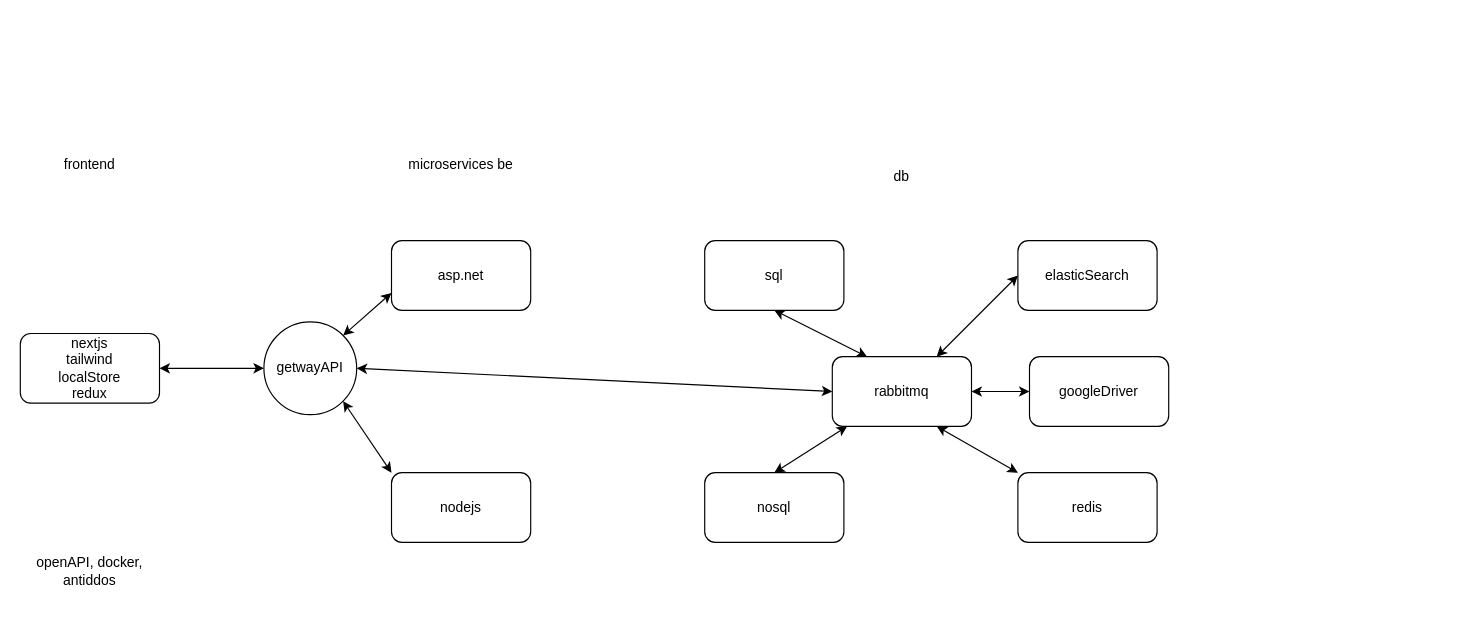
HuyNguyen3003/basicAppChat keeps this draw.io diagram as basicAppChat.drawio. Above is the earlier version. Source tidied: cells renumbered, new cells numbered last; positions are measured from the earlier drawing's top-left corner, leaving out a move shared by most shapes. Both pictures are drawn from the tidied source at 116%, with x=0, y=0 at pixel (20, 136).
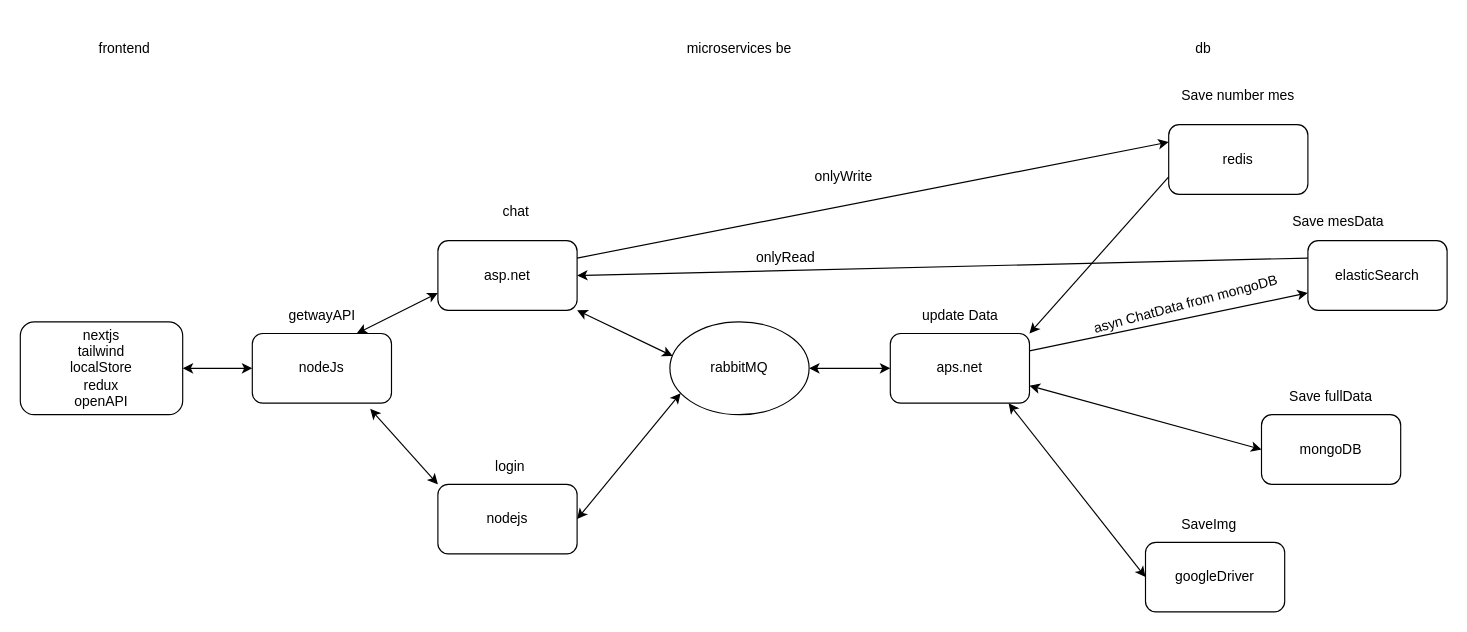
The same diagram, later.

Change to the diagram source:
```diff
@@
-    <mxCell id="2" value="nextjs&lt;br&gt;tailwind&lt;br&gt;localStore&lt;br&gt;redux" style="rounded=1;whiteSpace=wrap;html=1;" parent="1" vertex="1">
-      <mxGeometry y="170" width="120" height="60" as="geometry" />
+    <mxCell id="2" value="nextjs&lt;br&gt;tailwind&lt;br&gt;localStore&lt;br&gt;redux&lt;br&gt;openAPI" style="rounded=1;whiteSpace=wrap;html=1;" parent="1" vertex="1">
+      <mxGeometry y="160" width="140" height="80" as="geometry" />
     </mxCell>
     <mxCell id="3" value="frontend" style="text;html=1;strokeColor=none;fillColor=none;align=center;verticalAlign=middle;whiteSpace=wrap;rounded=0;" parent="1" vertex="1">
-      <mxGeometry x="30" y="10" width="60" height="30" as="geometry" />
+      <mxGeometry x="60" y="-90" width="60" height="30" as="geometry" />
     </mxCell>
     <mxCell id="4" value="microservices be" style="text;html=1;strokeColor=none;fillColor=none;align=center;verticalAlign=middle;whiteSpace=wrap;rounded=0;" parent="1" vertex="1">
-      <mxGeometry x="330" width="100" height="50" as="geometry" />
+      <mxGeometry x="570" y="-100" width="100" height="50" as="geometry" />
     </mxCell>
     <mxCell id="5" value="asp.net" style="rounded=1;whiteSpace=wrap;html=1;" parent="1" vertex="1">
-      <mxGeometry x="320" y="90" width="120" height="60" as="geometry" />
+      <mxGeometry x="360" y="90" width="120" height="60" as="geometry" />
     </mxCell>
     <mxCell id="6" value="db" style="text;html=1;strokeColor=none;fillColor=none;align=center;verticalAlign=middle;whiteSpace=wrap;rounded=0;" parent="1" vertex="1">
-      <mxGeometry x="730" y="20" width="60" height="30" as="geometry" />
+      <mxGeometry x="990" y="-90" width="60" height="30" as="geometry" />
     </mxCell>
-    <mxCell id="7" value="sql" style="rounded=1;whiteSpace=wrap;html=1;" parent="1" vertex="1">
-      <mxGeometry x="590" y="90" width="120" height="60" as="geometry" />
-    </mxCell>
     <mxCell id="8" value="nodejs&lt;br&gt;" style="rounded=1;whiteSpace=wrap;html=1;" parent="1" vertex="1">
-      <mxGeometry x="320" y="290" width="120" height="60" as="geometry" />
+      <mxGeometry x="360" y="300" width="120" height="60" as="geometry" />
     </mxCell>
-    <mxCell id="9" value="nosql" style="rounded=1;whiteSpace=wrap;html=1;" parent="1" vertex="1">
-      <mxGeometry x="590" y="290" width="120" height="60" as="geometry" />
+    <mxCell id="9" value="mongoDB" style="rounded=1;whiteSpace=wrap;html=1;" parent="1" vertex="1">
+      <mxGeometry x="1070" y="240" width="120" height="60" as="geometry" />
     </mxCell>
     <mxCell id="10" value="redis" style="rounded=1;whiteSpace=wrap;html=1;" parent="1" vertex="1">
-      <mxGeometry x="860" y="290" width="120" height="60" as="geometry" />
+      <mxGeometry x="990" y="-10" width="120" height="60" as="geometry" />
     </mxCell>
     <mxCell id="11" value="elasticSearch" style="rounded=1;whiteSpace=wrap;html=1;" parent="1" vertex="1">
-      <mxGeometry x="860" y="90" width="120" height="60" as="geometry" />
+      <mxGeometry x="1110" y="90" width="120" height="60" as="geometry" />
     </mxCell>
-    <mxCell id="12" value="rabbitmq" style="rounded=1;whiteSpace=wrap;html=1;" parent="1" vertex="1">
-      <mxGeometry x="700" y="190" width="120" height="60" as="geometry" />
-    </mxCell>
     <mxCell id="13" value="googleDriver" style="rounded=1;whiteSpace=wrap;html=1;" parent="1" vertex="1">
-      <mxGeometry x="870" y="190" width="120" height="60" as="geometry" />
+      <mxGeometry x="970" y="350" width="120" height="60" as="geometry" />
     </mxCell>
-    <mxCell id="14" value="getwayAPI" style="ellipse;whiteSpace=wrap;html=1;" parent="1" vertex="1">
-      <mxGeometry x="210" y="160" width="80" height="80" as="geometry" />
-    </mxCell>
-    <mxCell id="15" value="openAPI, docker, antiddos" style="text;html=1;strokeColor=none;fillColor=none;align=center;verticalAlign=middle;whiteSpace=wrap;rounded=0;" parent="1" vertex="1">
-      <mxGeometry x="10" y="350" width="100" height="50" as="geometry" />
-    </mxCell>
-    <mxCell id="16" style="endArrow=classic;startArrow=classic;html=1;rounded=0;entryX=0.5;entryY=1;entryDx=0;entryDy=0;exitX=0.25;exitY=0;exitDx=0;exitDy=0;" parent="1" edge="1" source="12" target="7">
-      <mxGeometry relative="1" as="geometry" />
-    </mxCell>
-    <mxCell id="17" style="endArrow=classic;startArrow=classic;html=1;rounded=0;entryX=0.5;entryY=0;entryDx=0;entryDy=0;" parent="1" edge="1" source="12" target="9">
-      <mxGeometry relative="1" as="geometry" />
-    </mxCell>
-    <mxCell id="18" style="endArrow=classic;startArrow=classic;html=1;rounded=0;entryX=0;entryY=0.5;entryDx=0;entryDy=0;exitX=0.75;exitY=0;exitDx=0;exitDy=0;" parent="1" edge="1" source="12" target="11">
-      <mxGeometry relative="1" as="geometry" />
-    </mxCell>
-    <mxCell id="19" style="endArrow=classic;startArrow=classic;html=1;rounded=0;entryX=0;entryY=0.5;entryDx=0;entryDy=0;exitX=1;exitY=0.5;exitDx=0;exitDy=0;" parent="1" edge="1" source="12" target="13">
+    <mxCell id="19" style="endArrow=classic;startArrow=classic;html=1;rounded=0;entryX=0;entryY=0.5;entryDx=0;entryDy=0;exitX=0.85;exitY=1.003;exitDx=0;exitDy=0;exitPerimeter=0;" parent="1" edge="1" source="30" target="13">
       <mxGeometry relative="1" as="geometry" />
     </mxCell>
-    <mxCell id="20" style="endArrow=classic;startArrow=classic;html=1;rounded=0;entryX=0;entryY=0;entryDx=0;entryDy=0;exitX=0.75;exitY=1;exitDx=0;exitDy=0;" parent="1" edge="1" source="12" target="10">
-      <mxGeometry relative="1" as="geometry" />
-    </mxCell>
-    <mxCell id="21" style="endArrow=classic;startArrow=classic;html=1;rounded=0;entryX=0;entryY=0.5;entryDx=0;entryDy=0;exitX=1;exitY=0.5;exitDx=0;exitDy=0;" parent="1" edge="1" source="2" target="14">
+    <mxCell id="21" style="endArrow=classic;startArrow=classic;html=1;rounded=0;entryX=0;entryY=0.5;entryDx=0;entryDy=0;exitX=1;exitY=0.5;exitDx=0;exitDy=0;" parent="1" edge="1" source="2" target="44">
       <mxGeometry relative="1" as="geometry" />
     </mxCell>
-    <mxCell id="22" style="endArrow=classic;startArrow=classic;html=1;rounded=0;exitX=1;exitY=0;exitDx=0;exitDy=0;entryX=0;entryY=0.75;entryDx=0;entryDy=0;" parent="1" edge="1" source="14" target="5">
+    <mxCell id="22" style="endArrow=classic;startArrow=classic;html=1;rounded=0;exitX=0.75;exitY=0;exitDx=0;exitDy=0;entryX=0;entryY=0.75;entryDx=0;entryDy=0;" parent="1" edge="1" source="44" target="5">
       <mxGeometry relative="1" as="geometry" />
     </mxCell>
-    <mxCell id="23" style="endArrow=classic;startArrow=classic;html=1;rounded=0;exitX=1;exitY=1;exitDx=0;exitDy=0;entryX=0;entryY=0;entryDx=0;entryDy=0;" parent="1" edge="1" source="14" target="8">
+    <mxCell id="23" style="endArrow=classic;startArrow=classic;html=1;rounded=0;exitX=0.847;exitY=1.083;exitDx=0;exitDy=0;entryX=0;entryY=0;entryDx=0;entryDy=0;exitPerimeter=0;" parent="1" edge="1" source="44" target="8">
       <mxGeometry relative="1" as="geometry" />
     </mxCell>
-    <mxCell id="24" style="endArrow=classic;startArrow=classic;html=1;rounded=0;exitX=1;exitY=0.5;exitDx=0;exitDy=0;entryX=0;entryY=0.5;entryDx=0;entryDy=0;" parent="1" edge="1" source="14" target="12">
+    <mxCell id="24" style="endArrow=classic;startArrow=classic;html=1;rounded=0;exitX=1;exitY=1;exitDx=0;exitDy=0;entryX=0.02;entryY=0.368;entryDx=0;entryDy=0;entryPerimeter=0;" parent="1" edge="1" source="5" target="29">
       <mxGeometry relative="1" as="geometry" />
     </mxCell>
+    <mxCell id="25" style="endArrow=classic;startArrow=classic;html=1;rounded=0;exitX=1;exitY=0.5;exitDx=0;exitDy=0;entryX=0.077;entryY=0.768;entryDx=0;entryDy=0;entryPerimeter=0;" parent="1" edge="1" source="8" target="29">
+      <mxGeometry relative="1" as="geometry" />
+    </mxCell>
+    <mxCell id="26" value="login" style="text;html=1;strokeColor=none;fillColor=none;align=center;verticalAlign=middle;whiteSpace=wrap;rounded=0;" parent="1" vertex="1">
+      <mxGeometry x="365" y="270" width="115" height="30" as="geometry" />
+    </mxCell>
+    <mxCell id="27" value="chat" style="text;html=1;strokeColor=none;fillColor=none;align=center;verticalAlign=middle;whiteSpace=wrap;rounded=0;" parent="1" vertex="1">
+      <mxGeometry x="370" y="50" width="115" height="30" as="geometry" />
+    </mxCell>
+    <mxCell id="28" style="endArrow=classic;startArrow=classic;html=1;rounded=0;entryX=0;entryY=0.5;entryDx=0;entryDy=0;exitX=1;exitY=0.75;exitDx=0;exitDy=0;" parent="1" edge="1" source="30" target="9">
+      <mxGeometry relative="1" as="geometry" />
+    </mxCell>
+    <mxCell id="29" value="rabbitMQ" style="ellipse;whiteSpace=wrap;html=1;" parent="1" vertex="1">
+      <mxGeometry x="560" y="160" width="120" height="80" as="geometry" />
+    </mxCell>
+    <mxCell id="30" value="aps.net" style="rounded=1;whiteSpace=wrap;html=1;" parent="1" vertex="1">
+      <mxGeometry x="750" y="170" width="120" height="60" as="geometry" />
+    </mxCell>
+    <mxCell id="31" style="endArrow=classic;startArrow=classic;html=1;rounded=0;exitX=1;exitY=0.5;exitDx=0;exitDy=0;entryX=0;entryY=0.5;entryDx=0;entryDy=0;" parent="1" edge="1" source="29" target="30">
+      <mxGeometry relative="1" as="geometry" />
+    </mxCell>
+    <mxCell id="32" value="update Data" style="text;html=1;strokeColor=none;fillColor=none;align=center;verticalAlign=middle;whiteSpace=wrap;rounded=0;" parent="1" vertex="1">
+      <mxGeometry x="752.5" y="140" width="115" height="30" as="geometry" />
+    </mxCell>
+    <mxCell id="33" value="Save number mes" style="text;html=1;strokeColor=none;fillColor=none;align=center;verticalAlign=middle;whiteSpace=wrap;rounded=0;" parent="1" vertex="1">
+      <mxGeometry x="1000" y="-50" width="100" height="30" as="geometry" />
+    </mxCell>
+    <mxCell id="34" value="SaveImg" style="text;html=1;strokeColor=none;fillColor=none;align=center;verticalAlign=middle;whiteSpace=wrap;rounded=0;" parent="1" vertex="1">
+      <mxGeometry x="970" y="320" width="110" height="30" as="geometry" />
+    </mxCell>
+    <mxCell id="35" value="Save fullData" style="text;html=1;strokeColor=none;fillColor=none;align=center;verticalAlign=middle;whiteSpace=wrap;rounded=0;" parent="1" vertex="1">
+      <mxGeometry x="1085" y="210" width="90" height="30" as="geometry" />
+    </mxCell>
+    <mxCell id="36" value="asyn ChatData from mongoDB" style="text;html=1;strokeColor=none;fillColor=none;align=center;verticalAlign=middle;whiteSpace=wrap;rounded=0;rotation=-15;" parent="1" vertex="1">
+      <mxGeometry x="915" y="130" width="180" height="30" as="geometry" />
+    </mxCell>
+    <mxCell id="37" value="onlyRead" style="text;html=1;strokeColor=none;fillColor=none;align=center;verticalAlign=middle;whiteSpace=wrap;rounded=0;" parent="1" vertex="1">
+      <mxGeometry x="630" y="90" width="60" height="30" as="geometry" />
+    </mxCell>
+    <mxCell id="38" style="endArrow=classic;html=1;rounded=0;exitX=0;exitY=0.25;exitDx=0;exitDy=0;entryX=1;entryY=0.5;entryDx=0;entryDy=0;" parent="1" edge="1" source="11" target="5">
+      <mxGeometry relative="1" as="geometry" />
+    </mxCell>
+    <mxCell id="39" style="endArrow=classic;html=1;rounded=0;exitX=1;exitY=0.25;exitDx=0;exitDy=0;entryX=0;entryY=0.75;entryDx=0;entryDy=0;" parent="1" edge="1" source="30" target="11">
+      <mxGeometry relative="1" as="geometry" />
+    </mxCell>
+    <mxCell id="40" value="&lt;span style=&quot;color: rgb(0, 0, 0); font-family: Helvetica; font-size: 12px; font-style: normal; font-variant-ligatures: normal; font-variant-caps: normal; font-weight: 400; letter-spacing: normal; orphans: 2; text-align: center; text-indent: 0px; text-transform: none; widows: 2; word-spacing: 0px; -webkit-text-stroke-width: 0px; background-color: rgb(251, 251, 251); text-decoration-thickness: initial; text-decoration-style: initial; text-decoration-color: initial; float: none; display: inline !important;&quot;&gt;Save mesData&lt;/span&gt;" style="text;whiteSpace=wrap;html=1;" parent="1" vertex="1">
+      <mxGeometry x="1095" y="60" width="100" height="40" as="geometry" />
+    </mxCell>
+    <mxCell id="41" style="endArrow=classic;html=1;rounded=0;exitX=1;exitY=0.25;exitDx=0;exitDy=0;entryX=0;entryY=0.25;entryDx=0;entryDy=0;" parent="1" edge="1" source="5" target="10">
+      <mxGeometry relative="1" as="geometry" />
+    </mxCell>
+    <mxCell id="42" value="onlyWrite" style="text;html=1;strokeColor=none;fillColor=none;align=center;verticalAlign=middle;whiteSpace=wrap;rounded=0;" parent="1" vertex="1">
+      <mxGeometry x="680" y="20" width="60" height="30" as="geometry" />
+    </mxCell>
+    <mxCell id="43" style="endArrow=classic;html=1;rounded=0;exitX=0;exitY=0.75;exitDx=0;exitDy=0;entryX=1;entryY=0;entryDx=0;entryDy=0;" parent="1" edge="1" source="10" target="30">
+      <mxGeometry relative="1" as="geometry" />
+    </mxCell>
+    <mxCell id="14" value="getwayAPI" style="text;html=1;strokeColor=none;fillColor=none;align=center;verticalAlign=middle;whiteSpace=wrap;rounded=0;" parent="1" vertex="1">
+      <mxGeometry x="202.5" y="140" width="115" height="30" as="geometry" />
+    </mxCell>
+    <mxCell id="44" value="nodeJs" style="rounded=1;whiteSpace=wrap;html=1;" parent="1" vertex="1">
+      <mxGeometry x="200" y="170" width="120" height="60" as="geometry" />
+    </mxCell>
```
